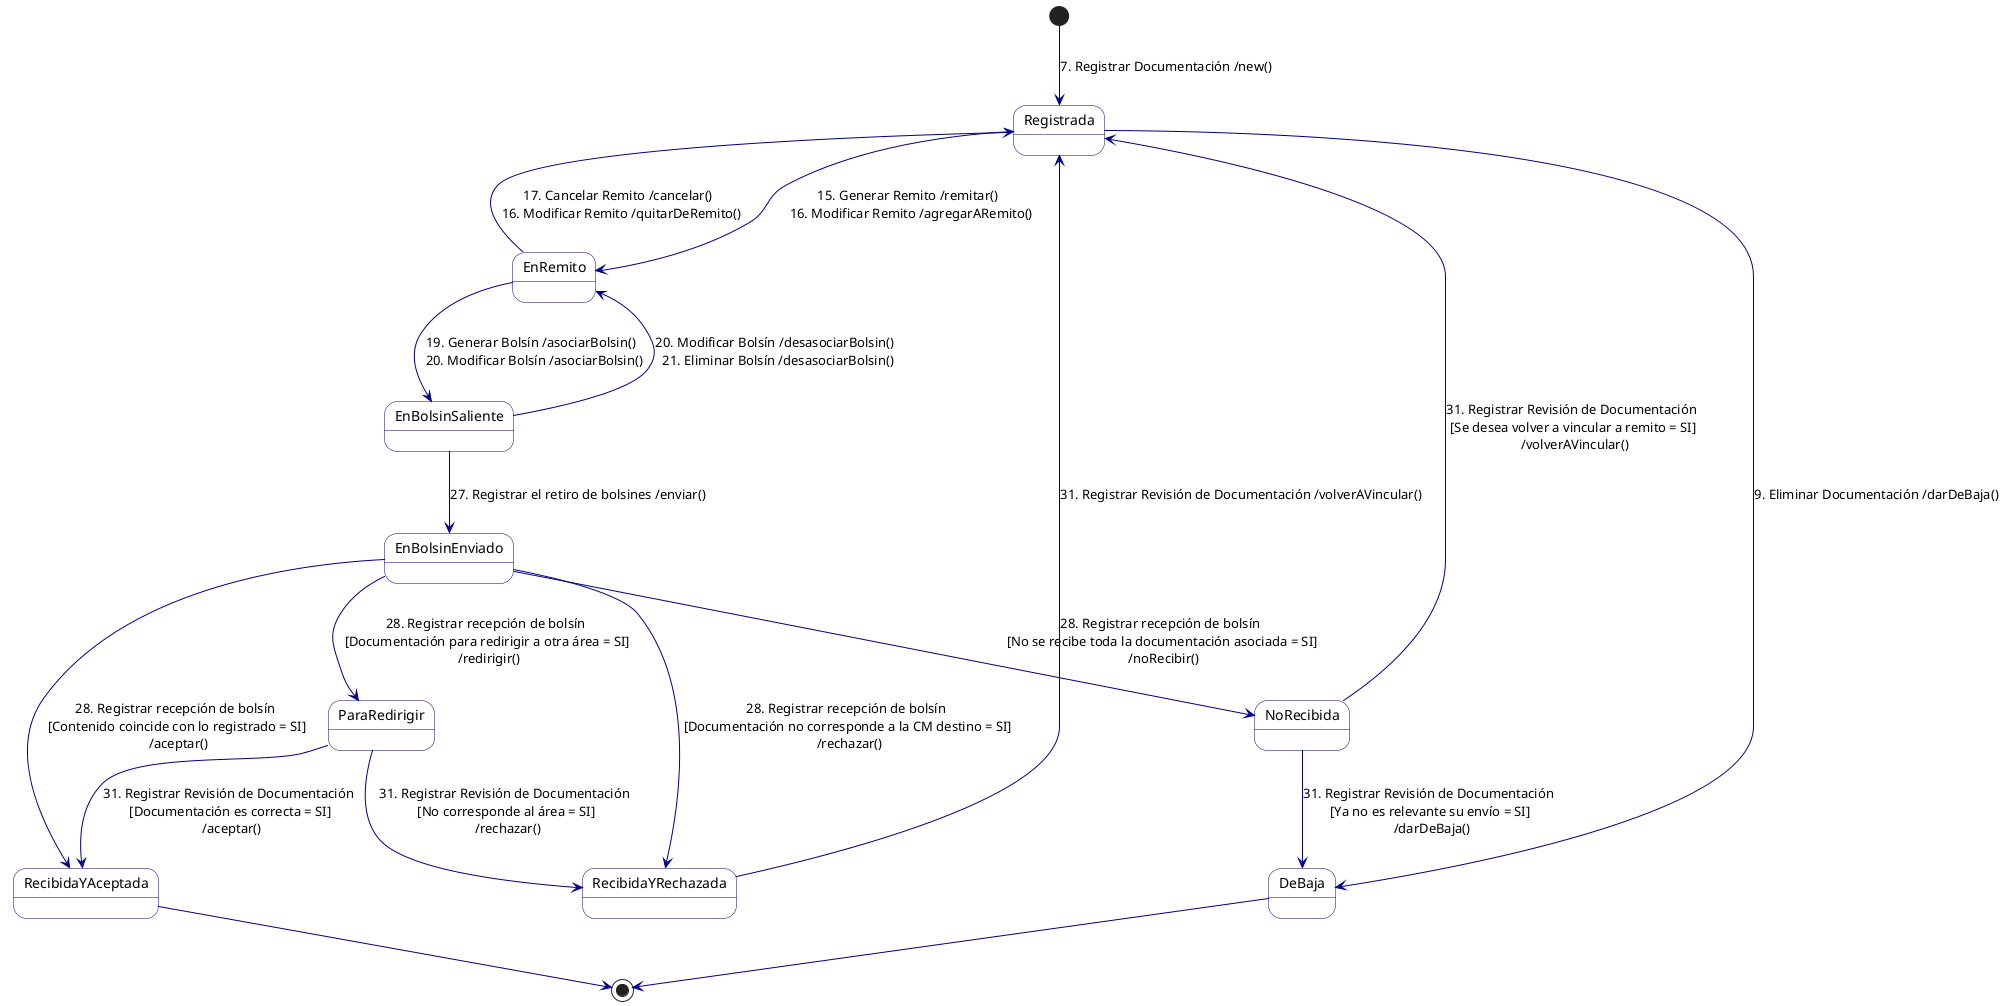
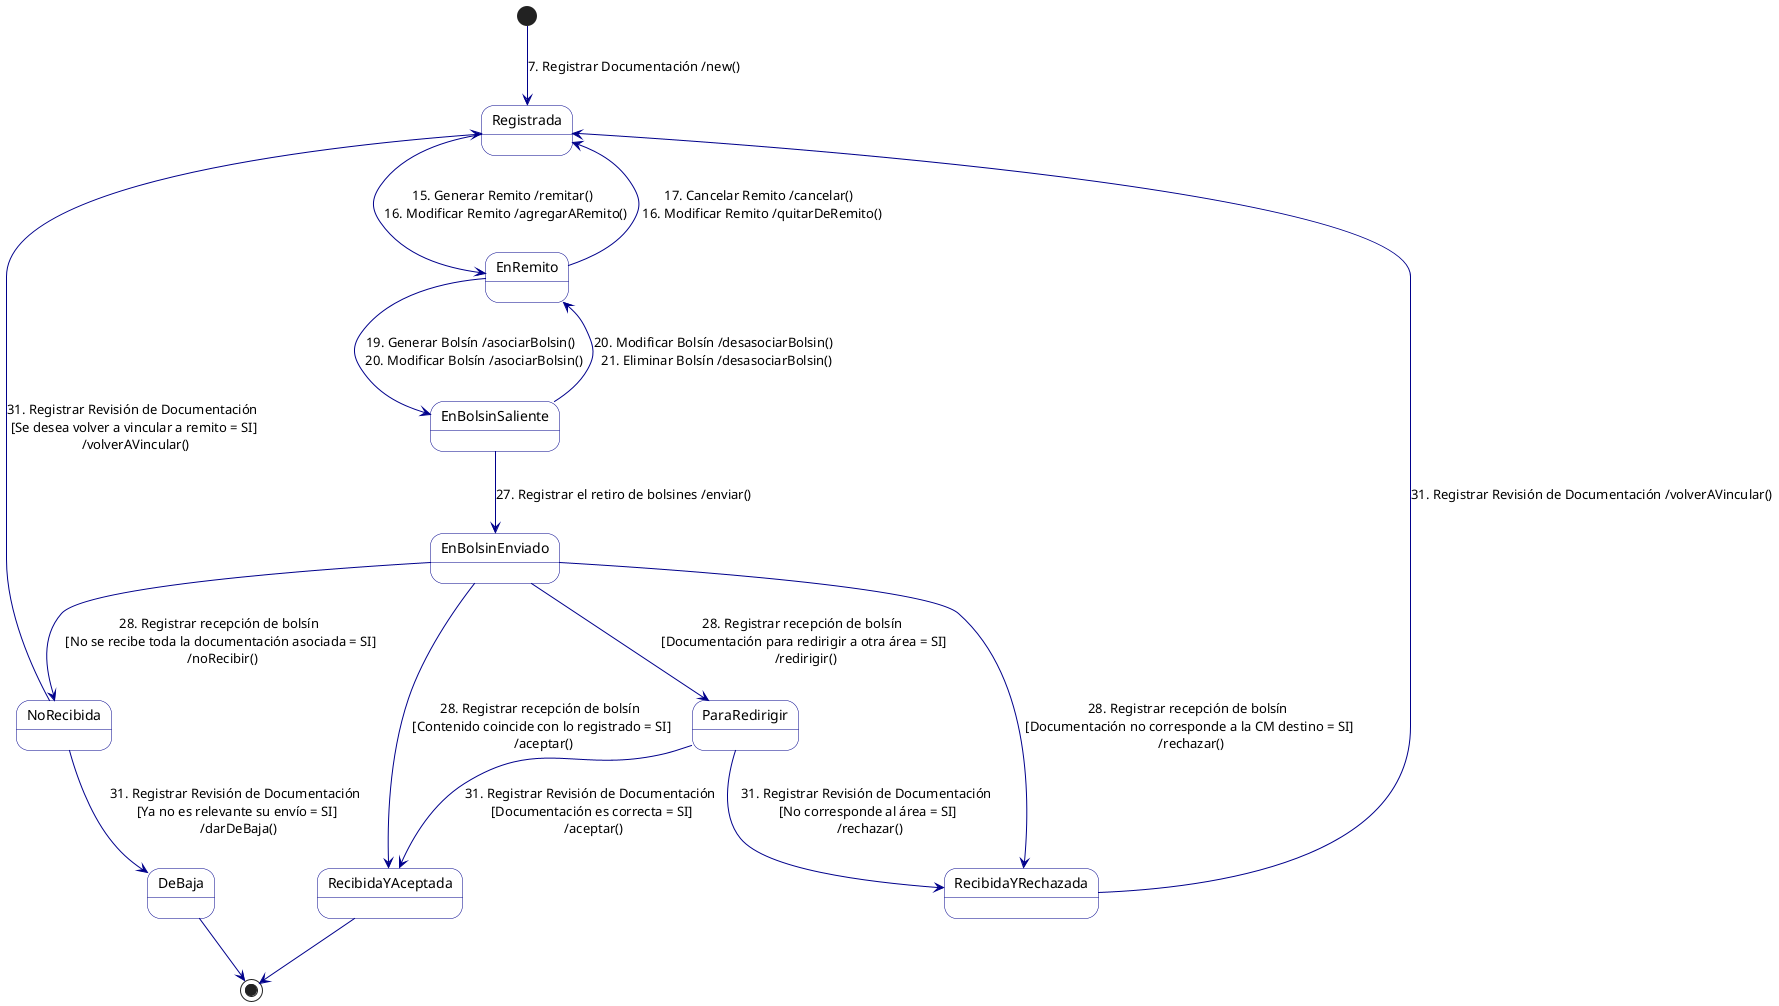
@startuml Maquina de Estados - Documentacion

skinparam stateBorderColor DarkBlue
skinparam stateBackgroundColor White
skinparam arrowColor DarkBlue

' "Al registrar la documentación en el sistema, esta queda en estado registrada." (Regla: Movimiento de la Documentación)
state Registrada

' "luego cuando se la incluye en un remito, pasa al estado En remito." (Regla: Movimiento de la Documentación)
state EnRemito

' "Cuando la documentación incluida en un remito se agrega a un bolsín se actualiza su estado a en bolsín saliente." (Regla: Agregar documentación a un Bolsín)
state EnBolsinSaliente

' "El estado de la documentación incluida en cada remito [pasa] de en bolsín saliente a en bolsín enviado." (Regla: Retiro de un Bolsín)
state EnBolsinEnviado

' "Los remitos y la documentación asociada pasan al estado recibida y aceptada." (Regla: Recepción de un Bolsín en una CM Destino)
state RecibidaYAceptada

' "la documentación que no llegó queda como no recibida." (Regla: Recepción de un Bolsín en una CM Destino)
state NoRecibida

' "la documentación se marca como recibida y rechazada." (Regla: Recepción de un Bolsín en una CM Destino)
state RecibidaYRechazada

' "la documentación se actualiza al estado Para redirigir." (Regla: Recepción de un Bolsín en una CM Destino)
state ParaRedirigir

' UC9: "Dar de baja una documentación validando que no se encuentre en un remito ni incluida en un bolsín." (UC: Eliminar Documentación)
' "También puede darse de baja porque se considera que ya no es relevante su envío." (Regla: Recepción de un Bolsín en una CM Destino)
state DeBaja

' "Al registrar la documentación en el sistema, esta queda en estado registrada." (Regla: Movimiento de la Documentación)
[*] --> Registrada : 7. Registrar Documentación /new()

' "el trabajador de la CM debe generar un remito que contenga el detalle de la documentación... la que debe estar previamente registrada en el sistema." (Sección: Remitos)
' "luego cuando se la incluye en un remito, pasa al estado En remito." (Regla: Movimiento de la Documentación)
Registrada --> EnRemito : 15. Generar Remito /remitar() \n 16. Modificar Remito /agregarARemito()
- 
- ' "Dar de baja una documentación validando que no se encuentre en un remito ni incluida en un bolsín." (UC 9: Eliminar Documentación)
- Registrada --> DeBaja : 9. Eliminar Documentación /darDeBaja()

' UC17: "Un remito puede cancelarse mientras este en estado creado, en este caso la documentación asociada vuelve al estado Registrada." (Regla: Remito por CM)
' UC16: "Al modificar un bolsín, la documentación asociada a los remitos que se quitan del bolsín pasa a estado en remito." (Regla: Movimiento de la Documentación)
EnRemito --> Registrada : 17. Cancelar Remito /cancelar() \n 16. Modificar Remito /quitarDeRemito()

' "Cuando la documentación incluida en un remito se agrega a un bolsín se actualiza su estado a en bolsín saliente." (Regla: Agregar documentación a un Bolsín)
EnRemito --> EnBolsinSaliente : 19. Generar Bolsín /asociarBolsin() \n 20. Modificar Bolsín /asociarBolsin()

' UC20: "Al modificar un bolsín, la documentación asociada a los remitos que se quitan del bolsín pasa a estado en remito." (Regla: Movimiento de la Documentación)
' UC21: "Al eliminar un bolsín, la documentación asociada a los remitos que contiene pasa al estado en remito." (Regla: Movimiento de la Documentación)
EnBolsinSaliente --> EnRemito : 20. Modificar Bolsín /desasociarBolsin() \n 21. Eliminar Bolsín /desasociarBolsin()

' "Cuando el correo retira el bolsín de la CM se actualizará... El estado de la documentación incluida en cada remito de en bolsín saliente a en bolsín enviado." (Regla: Retiro de un Bolsín)
EnBolsinSaliente --> EnBolsinEnviado : 27. Registrar el retiro de bolsines /enviar()

' "El contenido del bolsín es igual al registrado: Los remitos y la documentación asociada pasan al estado recibida y aceptada." (Regla: Recepción de un Bolsín en una CM Destino)
EnBolsinEnviado --> RecibidaYAceptada : 28. Registrar recepción de bolsín \n [Contenido coincide con lo registrado = SI] \n /aceptar()

' "No se recibe toda la documentación asociada a los remitos que contiene el bolsín: la documentación que no llegó queda como no recibida." (Regla: Recepción de un Bolsín en una CM Destino)
EnBolsinEnviado --> NoRecibida : 28. Registrar recepción de bolsín \n [No se recibe toda la documentación asociada = SI] \n /noRecibir()

' "Documentación que no corresponde a la CM destino: la documentación se marca como recibida y rechazada." (Regla: Recepción de un Bolsín en una CM Destino)
EnBolsinEnviado --> RecibidaYRechazada : 28. Registrar recepción de bolsín \n [Documentación no corresponde a la CM destino = SI] \n /rechazar()

' "Ocurre cuando la CM destino es la CMC que recibe documentación que debe ser enviada a un área dentro de la sede central. En este caso la documentación se actualiza al estado Para redirigir." (Regla: Recepción de un Bolsín en una CM Destino)
EnBolsinEnviado --> ParaRedirigir : 28. Registrar recepción de bolsín \n [Documentación para redirigir a otra área = SI] \n /redirigir()

' "Cuando el área dentro de la CMC recibe la documentación verifica si es correcta. Si es así, la marca como recibida y aceptada." (Regla: Documentación para redirigir)
ParaRedirigir --> RecibidaYAceptada : 31. Registrar Revisión de Documentación \n [Documentación es correcta = SI] \n /aceptar()

' "De lo contrario, si no corresponde al área, se marca como recibida y rechazada." (Regla: Documentación para redirigir)
ParaRedirigir --> RecibidaYRechazada : 31. Registrar Revisión de Documentación \n [No corresponde al área = SI] \n /rechazar()

' "Se notifica a la CM origen para que la documentación vuelva al estado registrada, y pueda vincularse nuevamente a un remito." (Regla: Recepción de un Bolsín en una CM Destino)
NoRecibida --> Registrada : 31. Registrar Revisión de Documentación \n [Se desea volver a vincular a remito = SI] \n /volverAVincular()

' "También puede darse de baja porque se considera que ya no es relevante su envío." (Regla: Recepción de un Bolsín en una CM Destino)
NoRecibida --> DeBaja : 31. Registrar Revisión de Documentación \n [Ya no es relevante su envío = SI] \n /darDeBaja()

' "Esta documentación debe ser enviada de vuelta al origen, para poder asociarse a un nuevo remito para enviarse a la CM correcta." (Regla: Recepción de un Bolsín en una CM Destino)
RecibidaYRechazada --> Registrada : 31. Registrar Revisión de Documentación /volverAVincular()

RecibidaYAceptada --> [*]
DeBaja --> [*]

@enduml
